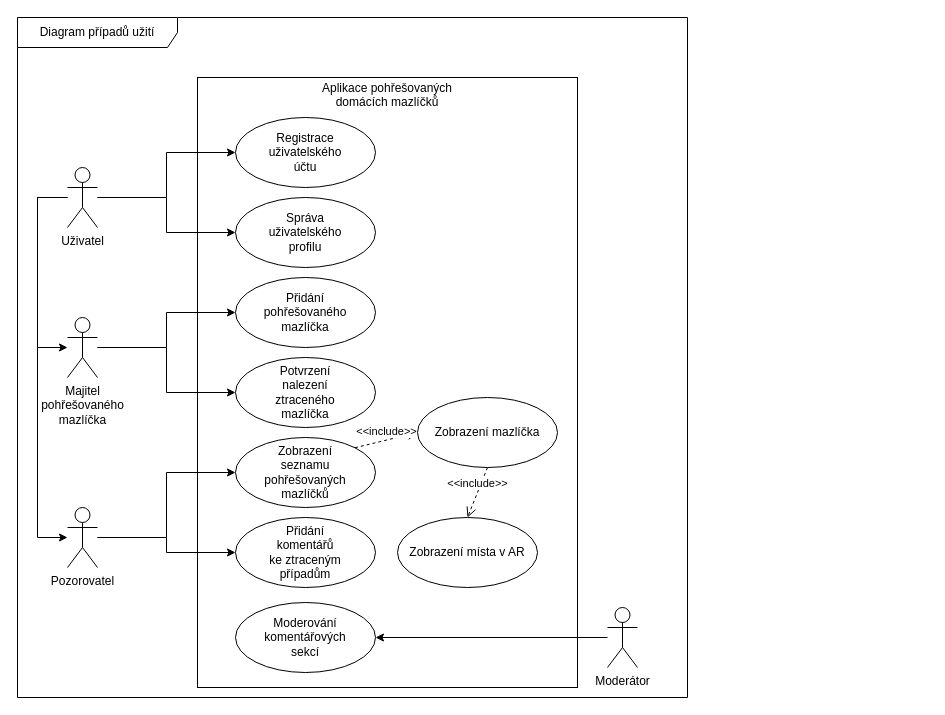
Above: assets/diagram-pripadu-uziti/diagram-pripadu-uziti.drawio in vojtechnerad/4IT575-seminarni-prace (draw.io), before the change. Source tidied: cells renumbered, new cells numbered last; positions are measured from the earlier drawing's top-left corner, leaving out a move shared by most shapes. Both pictures are drawn from the tidied source at 100%, with x=0, y=0 at pixel (17, 17).
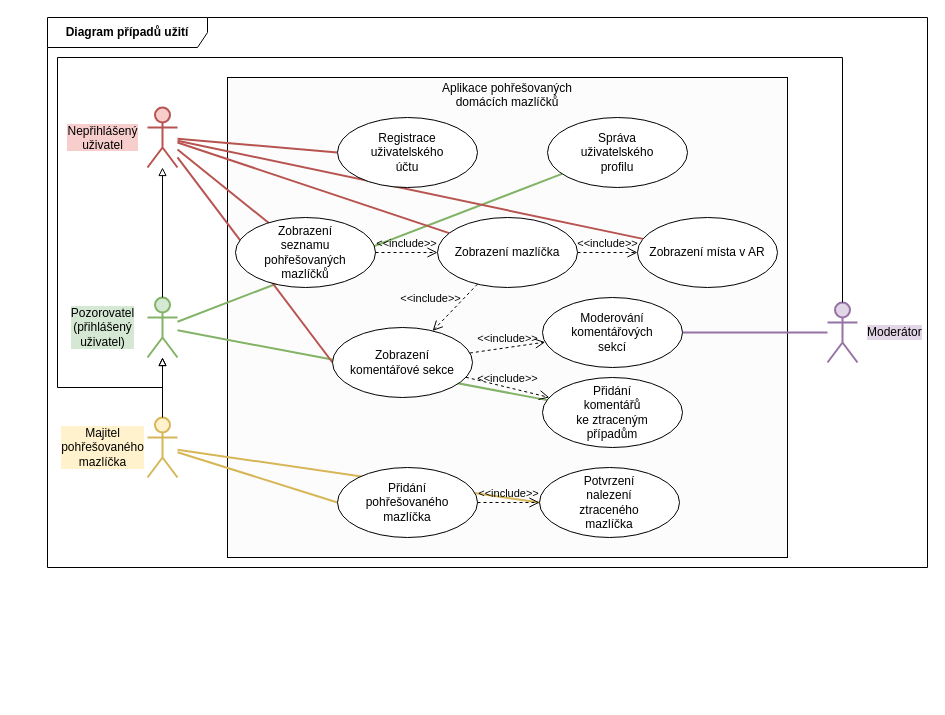
After the change.

Diff of the diagram source:
```diff
@@
-    <mxCell id="2" value="Diagram případů užití" style="shape=umlFrame;whiteSpace=wrap;html=1;width=160;height=30;gradientColor=none;swimlaneFillColor=default;" parent="1" vertex="1">
-      <mxGeometry width="670" height="680" as="geometry" />
+    <mxCell id="2" value="&lt;b&gt;Diagram případů užití&lt;/b&gt;" style="shape=umlFrame;whiteSpace=wrap;html=1;width=160;height=30;swimlaneFillColor=default;gradientColor=none;" parent="1" vertex="1">
+      <mxGeometry x="30" width="880" height="550" as="geometry" />
     </mxCell>
-    <mxCell id="3" value="&lt;p style=&quot;margin:0px;margin-top:4px;text-align:center;&quot;&gt;Aplikace pohřešovaných&lt;br&gt;domácích mazlíčků&lt;/p&gt;" style="verticalAlign=top;align=left;overflow=fill;html=1;whiteSpace=wrap;" parent="1" vertex="1">
-      <mxGeometry x="180" y="60" width="380" height="610" as="geometry" />
+    <mxCell id="3" value="&lt;p style=&quot;margin:0px;margin-top:4px;text-align:center;&quot;&gt;Aplikace pohřešovaných&lt;br&gt;domácích mazlíčků&lt;/p&gt;" style="verticalAlign=top;align=left;overflow=fill;html=1;whiteSpace=wrap;gradientColor=none;fillColor=#FCFCFC;" parent="1" vertex="1">
+      <mxGeometry x="210" y="60" width="560" height="480" as="geometry" />
     </mxCell>
-    <mxCell id="4" style="edgeStyle=orthogonalEdgeStyle;rounded=0;jettySize=auto;html=1;entryX=0;entryY=0.5;entryDx=0;entryDy=0;" parent="1" edge="1" source="6" target="11">
-      <mxGeometry relative="1" as="geometry" />
-    </mxCell>
-    <mxCell id="5" style="edgeStyle=orthogonalEdgeStyle;rounded=0;jettySize=auto;html=1;" parent="1" edge="1" source="6" target="23">
+    <mxCell id="5" style="rounded=0;jettySize=auto;html=1;fillColor=#d5e8d4;strokeColor=#82b366;endArrow=none;endFill=0;strokeWidth=2;" parent="1" edge="1" source="6" target="23">
       <mxGeometry relative="1" as="geometry" />
     </mxCell>
-    <mxCell id="6" value="Pozorovatel" style="shape=umlActor;verticalLabelPosition=bottom;verticalAlign=top;html=1;outlineConnect=0;" parent="1" vertex="1">
-      <mxGeometry x="50" y="490" width="30" height="60" as="geometry" />
+    <mxCell id="6" value="Pozorovatel&lt;br&gt;(přihlášený&lt;div&gt;uživatel)&lt;/div&gt;" style="shape=umlActor;verticalLabelPosition=middle;verticalAlign=middle;html=1;outlineConnect=0;fillColor=#d5e8d4;strokeColor=#82b366;labelPosition=left;align=center;labelBackgroundColor=light-dark(#d5e8d4, #ededed);strokeWidth=2;spacing=0;spacingRight=60;" parent="1" vertex="1">
+      <mxGeometry x="130" y="280" width="30" height="60" as="geometry" />
     </mxCell>
-    <mxCell id="7" style="edgeStyle=orthogonalEdgeStyle;rounded=0;jettySize=auto;html=1;entryX=1;entryY=0.5;entryDx=0;entryDy=0;" parent="1" edge="1" source="8" target="9">
+    <mxCell id="7" style="rounded=0;jettySize=auto;html=1;entryX=1;entryY=0.5;entryDx=0;entryDy=0;fillColor=#e1d5e7;strokeColor=#9673a6;endArrow=none;endFill=0;strokeWidth=2;" parent="1" edge="1" source="8" target="9">
       <mxGeometry relative="1" as="geometry" />
     </mxCell>
-    <mxCell id="8" value="Moderátor" style="shape=umlActor;verticalLabelPosition=bottom;verticalAlign=top;html=1;outlineConnect=0;" parent="1" vertex="1">
-      <mxGeometry x="590" y="590" width="30" height="60" as="geometry" />
+    <mxCell id="8" value="Moderátor" style="shape=umlActor;verticalLabelPosition=middle;verticalAlign=middle;html=1;outlineConnect=0;fillColor=#e1d5e7;strokeColor=#9673a6;strokeWidth=2;labelPosition=right;align=left;spacingRight=0;labelBackgroundColor=light-dark(#e1d5e7, #ededed);spacing=0;spacingLeft=10;" parent="1" vertex="1">
+      <mxGeometry x="810" y="285" width="30" height="60" as="geometry" />
     </mxCell>
+    <mxCell id="12" style="rounded=0;jettySize=auto;html=1;entryX=0;entryY=0.5;entryDx=0;entryDy=0;fillColor=#fff2cc;strokeColor=#d6b656;startArrow=none;startFill=0;endArrow=none;endFill=0;strokeWidth=2;" parent="1" edge="1" source="14" target="10">
+      <mxGeometry relative="1" as="geometry" />
+    </mxCell>
+    <mxCell id="13" style="rounded=0;jettySize=auto;html=1;entryX=0;entryY=0.5;entryDx=0;entryDy=0;fillColor=#fff2cc;strokeColor=#d6b656;endArrow=none;endFill=0;strokeWidth=2;" parent="1" edge="1" source="14" target="21">
+      <mxGeometry relative="1" as="geometry" />
+    </mxCell>
+    <mxCell id="14" value="Majitel&lt;br&gt;pohřešovaného&lt;br&gt;mazlíčka" style="shape=umlActor;verticalLabelPosition=middle;verticalAlign=middle;html=1;outlineConnect=0;fillColor=#fff2cc;strokeColor=#d6b656;labelBackgroundColor=light-dark(#fff2cc, #ededed);labelPosition=left;align=center;textDirection=ltr;strokeWidth=2;spacing=0;spacingRight=60;" parent="1" vertex="1">
+      <mxGeometry x="130" y="400" width="30" height="60" as="geometry" />
+    </mxCell>
+    <mxCell id="16" style="rounded=0;jettySize=auto;html=1;strokeColor=#82b366;align=center;verticalAlign=middle;fontFamily=Helvetica;fontSize=11;fontColor=default;labelBackgroundColor=default;endArrow=none;endFill=0;fillColor=#d5e8d4;strokeWidth=2;" parent="1" edge="1" source="6" target="19">
+      <mxGeometry relative="1" as="geometry" />
+    </mxCell>
+    <mxCell id="28" style="rounded=0;jettySize=auto;html=1;entryX=0;entryY=0.5;entryDx=0;entryDy=0;endArrow=none;endFill=0;fillColor=#f8cecc;strokeColor=#b85450;strokeWidth=2;" parent="1" edge="1" source="32" target="20">
+      <mxGeometry relative="1" as="geometry" />
+    </mxCell>
+    <mxCell id="29" style="edgeStyle=none;shape=connector;rounded=0;jettySize=auto;html=1;strokeColor=#b85450;align=center;verticalAlign=middle;fontFamily=Helvetica;fontSize=11;fontColor=default;labelBackgroundColor=default;endArrow=none;endFill=0;fillColor=#f8cecc;strokeWidth=2;" parent="1" edge="1" source="32" target="11">
+      <mxGeometry relative="1" as="geometry" />
+    </mxCell>
+    <mxCell id="30" style="edgeStyle=none;shape=connector;rounded=0;jettySize=auto;html=1;entryX=0;entryY=0.5;entryDx=0;entryDy=0;strokeColor=#b85450;align=center;verticalAlign=middle;fontFamily=Helvetica;fontSize=11;fontColor=default;labelBackgroundColor=default;endArrow=none;endFill=0;fillColor=#f8cecc;strokeWidth=2;" parent="1" edge="1" source="32" target="36">
+      <mxGeometry relative="1" as="geometry" />
+    </mxCell>
+    <mxCell id="31" style="rounded=0;jettySize=auto;html=1;strokeColor=#000000;align=center;verticalAlign=middle;fontFamily=Helvetica;fontSize=11;fontColor=default;labelBackgroundColor=default;endArrow=none;endFill=0;fillColor=#dae8fc;startArrow=block;startFill=0;" parent="1" edge="1" source="32" target="6">
+      <mxGeometry relative="1" as="geometry" />
+    </mxCell>
+    <mxCell id="32" value="&lt;span style=&quot;line-height: 100%;&quot;&gt;Nepřihlášený&lt;/span&gt;&lt;div style=&quot;line-height: 100%;&quot;&gt;&lt;span style=&quot;&quot;&gt;uživatel&lt;/span&gt;&lt;/div&gt;" style="shape=umlActor;verticalLabelPosition=middle;verticalAlign=middle;html=1;outlineConnect=0;shadow=0;labelBackgroundColor=light-dark(#f8cecc, #ededed);labelBorderColor=none;textShadow=0;fillColor=#f8cecc;strokeColor=#b85450;fontColor=default;labelPosition=left;align=center;strokeWidth=2;spacing=0;spacingRight=60;" parent="1" vertex="1">
+      <mxGeometry x="130" y="90" width="30" height="60" as="geometry" />
+    </mxCell>
+    <mxCell id="33" style="rounded=0;jettySize=auto;html=1;strokeColor=#000000;align=center;verticalAlign=middle;fontFamily=Helvetica;fontSize=11;fontColor=default;labelBackgroundColor=default;endArrow=none;endFill=0;fillColor=#dae8fc;startArrow=block;startFill=0;entryX=0.5;entryY=0;entryDx=0;entryDy=0;entryPerimeter=0;" parent="1" edge="1" source="6" target="14">
+      <mxGeometry relative="1" as="geometry" />
+    </mxCell>
-    <mxCell id="9" value="Moderování &lt;br&gt;komentářových&lt;br&gt;sekcí" style="ellipse;whiteSpace=wrap;html=1;" parent="1" vertex="1">
-      <mxGeometry x="218" y="585" width="140" height="70" as="geometry" />
+    <mxCell id="9" value="Moderování&lt;div&gt;&lt;span style=&quot;background-color: transparent; color: light-dark(rgb(0, 0, 0), rgb(255, 255, 255));&quot;&gt;komentářových&lt;/span&gt;&lt;div&gt;&lt;div&gt;sekcí&lt;/div&gt;&lt;/div&gt;&lt;/div&gt;" style="ellipse;whiteSpace=wrap;html=1;" parent="1" vertex="1">
+      <mxGeometry x="525" y="280" width="140" height="70" as="geometry" />
     </mxCell>
     <mxCell id="10" value="Přidání&lt;br&gt;pohřešovaného&lt;br&gt;mazlíčka" style="ellipse;whiteSpace=wrap;html=1;" parent="1" vertex="1">
-      <mxGeometry x="218" y="260" width="140" height="70" as="geometry" />
+      <mxGeometry x="320" y="450" width="140" height="70" as="geometry" />
     </mxCell>
     <mxCell id="11" value="Zobrazení&lt;br&gt;seznamu&lt;br&gt;pohřešovaných&lt;br&gt;mazlíčků" style="ellipse;whiteSpace=wrap;html=1;" parent="1" vertex="1">
-      <mxGeometry x="218" y="420" width="140" height="70" as="geometry" />
+      <mxGeometry x="218" y="200" width="140" height="70" as="geometry" />
     </mxCell>
-    <mxCell id="12" style="edgeStyle=orthogonalEdgeStyle;rounded=0;jettySize=auto;html=1;entryX=0;entryY=0.5;entryDx=0;entryDy=0;" parent="1" edge="1" source="14" target="10">
-      <mxGeometry relative="1" as="geometry" />
-    </mxCell>
-    <mxCell id="13" style="edgeStyle=orthogonalEdgeStyle;rounded=0;jettySize=auto;html=1;entryX=0;entryY=0.5;entryDx=0;entryDy=0;" parent="1" edge="1" source="14" target="21">
-      <mxGeometry relative="1" as="geometry" />
-    </mxCell>
-    <mxCell id="14" value="Majitel&lt;br&gt;pohřešovaného&lt;br&gt;mazlíčka" style="shape=umlActor;verticalLabelPosition=bottom;verticalAlign=top;html=1;outlineConnect=0;" parent="1" vertex="1">
-      <mxGeometry x="50" y="300" width="30" height="60" as="geometry" />
-    </mxCell>
-    <mxCell id="15" style="edgeStyle=orthogonalEdgeStyle;rounded=0;jettySize=auto;html=1;entryX=0;entryY=0.5;entryDx=0;entryDy=0;" parent="1" edge="1" source="18" target="20">
-      <mxGeometry relative="1" as="geometry" />
-    </mxCell>
-    <mxCell id="16" style="edgeStyle=orthogonalEdgeStyle;rounded=0;jettySize=auto;html=1;" parent="1" edge="1" source="18" target="19">
-      <mxGeometry relative="1" as="geometry" />
-    </mxCell>
-    <mxCell id="17" style="edgeStyle=orthogonalEdgeStyle;rounded=0;jettySize=auto;html=1;" parent="1" edge="1" source="18" target="6">
-      <mxGeometry relative="1" as="geometry">
-        <Array as="points">
-          <mxPoint x="20" y="180" />
-          <mxPoint x="20" y="520" />
-        </Array>
-      </mxGeometry>
-    </mxCell>
-    <mxCell id="18" value="Uživatel" style="shape=umlActor;verticalLabelPosition=bottom;verticalAlign=top;html=1;outlineConnect=0;" parent="1" vertex="1">
-      <mxGeometry x="50" y="150" width="30" height="60" as="geometry" />
-    </mxCell>
     <mxCell id="19" value="Správa&lt;br&gt;uživatelského&lt;br&gt;profilu" style="ellipse;whiteSpace=wrap;html=1;" parent="1" vertex="1">
-      <mxGeometry x="218" y="180" width="140" height="70" as="geometry" />
+      <mxGeometry x="530" y="100" width="140" height="70" as="geometry" />
     </mxCell>
+    <mxCell id="21" value="Potvrzení&lt;br&gt;nalezení&lt;br&gt;ztraceného&lt;br&gt;mazlíčka" style="ellipse;whiteSpace=wrap;html=1;" parent="1" vertex="1">
+      <mxGeometry x="522" y="450" width="140" height="70" as="geometry" />
+    </mxCell>
+    <mxCell id="23" value="Přidání&lt;br&gt;komentářů&lt;br&gt;ke ztraceným&lt;br&gt;případům" style="ellipse;whiteSpace=wrap;html=1;" parent="1" vertex="1">
+      <mxGeometry x="525" y="360" width="140" height="70" as="geometry" />
+    </mxCell>
+    <mxCell id="26" value="Zobrazení místa v AR" style="ellipse;whiteSpace=wrap;html=1;" parent="1" vertex="1">
+      <mxGeometry x="620" y="200" width="140" height="70" as="geometry" />
+    </mxCell>
+    <mxCell id="34" style="rounded=0;jettySize=auto;html=1;strokeColor=#000000;align=center;verticalAlign=middle;fontFamily=Helvetica;fontSize=11;fontColor=default;labelBackgroundColor=default;endArrow=none;endFill=0;fillColor=#dae8fc;startArrow=block;startFill=0;" parent="1" edge="1" source="6" target="8">
+      <mxGeometry relative="1" as="geometry">
+        <Array as="points">
+          <mxPoint x="145" y="370" />
+          <mxPoint x="40" y="370" />
+          <mxPoint x="40" y="40" />
+          <mxPoint x="825" y="40" />
+        </Array>
+      </mxGeometry>
+    </mxCell>
+    <mxCell id="35" style="rounded=0;jettySize=auto;html=1;endArrow=none;endFill=0;fillColor=#f8cecc;strokeColor=#b85450;strokeWidth=2;" parent="1" edge="1" source="32" target="24">
+      <mxGeometry relative="1" as="geometry" />
+    </mxCell>
+    <mxCell id="36" value="Zobrazení&lt;div&gt;komentářové sekce&lt;/div&gt;" style="ellipse;whiteSpace=wrap;html=1;" parent="1" vertex="1">
+      <mxGeometry x="315" y="310" width="140" height="70" as="geometry" />
+    </mxCell>
+    <mxCell id="37" style="rounded=0;jettySize=auto;html=1;endArrow=none;endFill=0;fillColor=#f8cecc;strokeColor=#b85450;strokeWidth=2;" parent="1" edge="1" source="32" target="26">
+      <mxGeometry relative="1" as="geometry" />
+    </mxCell>
+    <mxCell id="27" value="&amp;lt;&amp;lt;include&amp;gt;&amp;gt;" style="html=1;verticalAlign=bottom;endArrow=open;dashed=1;endSize=8;curved=0;rounded=0;labelBackgroundColor=none;" parent="1" edge="1" source="24" target="26">
+      <mxGeometry relative="1" as="geometry" />
+    </mxCell>
+    <mxCell id="25" value="&amp;lt;&amp;lt;include&amp;gt;&amp;gt;" style="html=1;verticalAlign=bottom;endArrow=open;dashed=1;endSize=8;curved=0;rounded=0;entryX=0;entryY=0.5;entryDx=0;entryDy=0;exitX=1;exitY=0.5;exitDx=0;exitDy=0;labelBackgroundColor=none;" parent="1" edge="1" source="11" target="24">
+      <mxGeometry relative="1" as="geometry" />
+    </mxCell>
+    <mxCell id="38" value="&amp;lt;&amp;lt;include&amp;gt;&amp;gt;" style="html=1;verticalAlign=bottom;endArrow=open;dashed=1;endSize=8;curved=0;rounded=0;labelBackgroundColor=none;" parent="1" edge="1" source="36" target="9">
+      <mxGeometry relative="1" as="geometry" />
+    </mxCell>
+    <mxCell id="39" value="&amp;lt;&amp;lt;include&amp;gt;&amp;gt;" style="html=1;verticalAlign=bottom;endArrow=open;dashed=1;endSize=8;curved=0;rounded=0;labelBackgroundColor=none;" parent="1" edge="1" source="36" target="23">
+      <mxGeometry relative="1" as="geometry" />
+    </mxCell>
     <mxCell id="20" value="Registrace&lt;br&gt;uživatelského&lt;br&gt;účtu" style="ellipse;whiteSpace=wrap;html=1;" parent="1" vertex="1">
-      <mxGeometry x="218" y="100" width="140" height="70" as="geometry" />
+      <mxGeometry x="320" y="100" width="140" height="70" as="geometry" />
     </mxCell>
-    <mxCell id="21" value="Potvrzení&lt;br&gt;nalezení&lt;br&gt;ztraceného&lt;br&gt;mazlíčka" style="ellipse;whiteSpace=wrap;html=1;" parent="1" vertex="1">
-      <mxGeometry x="218" y="340" width="140" height="70" as="geometry" />
-    </mxCell>
-    <mxCell id="22" style="edgeStyle=orthogonalEdgeStyle;rounded=0;jettySize=auto;html=1;" parent="1" edge="1" source="18" target="14">
-      <mxGeometry relative="1" as="geometry">
-        <Array as="points">
-          <mxPoint x="20" y="180" />
-          <mxPoint x="20" y="330" />
-        </Array>
-      </mxGeometry>
-    </mxCell>
-    <mxCell id="23" value="Přidání&lt;br&gt;komentářů&lt;br&gt;ke ztraceným&lt;br&gt;případům" style="ellipse;whiteSpace=wrap;html=1;" parent="1" vertex="1">
-      <mxGeometry x="218" y="500" width="140" height="70" as="geometry" />
-    </mxCell>
     <mxCell id="24" value="Zobrazení mazlíčka" style="ellipse;whiteSpace=wrap;html=1;" parent="1" vertex="1">
-      <mxGeometry x="400" y="380" width="140" height="70" as="geometry" />
+      <mxGeometry x="420" y="200" width="140" height="70" as="geometry" />
     </mxCell>
-    <mxCell id="25" value="&amp;lt;&amp;lt;include&amp;gt;&amp;gt;" style="html=1;verticalAlign=bottom;endArrow=open;dashed=1;endSize=8;curved=0;rounded=0;entryX=0;entryY=0.5;entryDx=0;entryDy=0;exitX=1;exitY=0;exitDx=0;exitDy=0;" parent="1" edge="1" source="11" target="24">
-      <mxGeometry relative="1" as="geometry" />
-    </mxCell>
-    <mxCell id="26" value="Zobrazení místa v AR" style="ellipse;whiteSpace=wrap;html=1;" parent="1" vertex="1">
-      <mxGeometry x="380" y="500" width="140" height="70" as="geometry" />
-    </mxCell>
-    <mxCell id="27" value="&amp;lt;&amp;lt;include&amp;gt;&amp;gt;" style="html=1;verticalAlign=bottom;endArrow=open;dashed=1;endSize=8;curved=0;rounded=0;entryX=0.5;entryY=0;entryDx=0;entryDy=0;exitX=0.5;exitY=1;exitDx=0;exitDy=0;" parent="1" edge="1" source="24" target="26">
-      <mxGeometry relative="1" as="geometry" />
-    </mxCell>
+    <mxCell id="40" value="&amp;lt;&amp;lt;include&amp;gt;&amp;gt;" style="html=1;verticalAlign=bottom;endArrow=open;dashed=1;endSize=8;curved=0;rounded=0;labelBackgroundColor=none;" parent="1" edge="1" source="10" target="21">
+      <mxGeometry relative="1" as="geometry" />
+    </mxCell>
+    <mxCell id="41" value="&amp;lt;&amp;lt;include&amp;gt;&amp;gt;" style="html=1;verticalAlign=bottom;endArrow=open;dashed=1;endSize=8;curved=0;rounded=0;labelBackgroundColor=none;" parent="1" edge="1" source="24" target="36">
+      <mxGeometry x="0.52" y="-18" relative="1" as="geometry" />
+    </mxCell>
```
